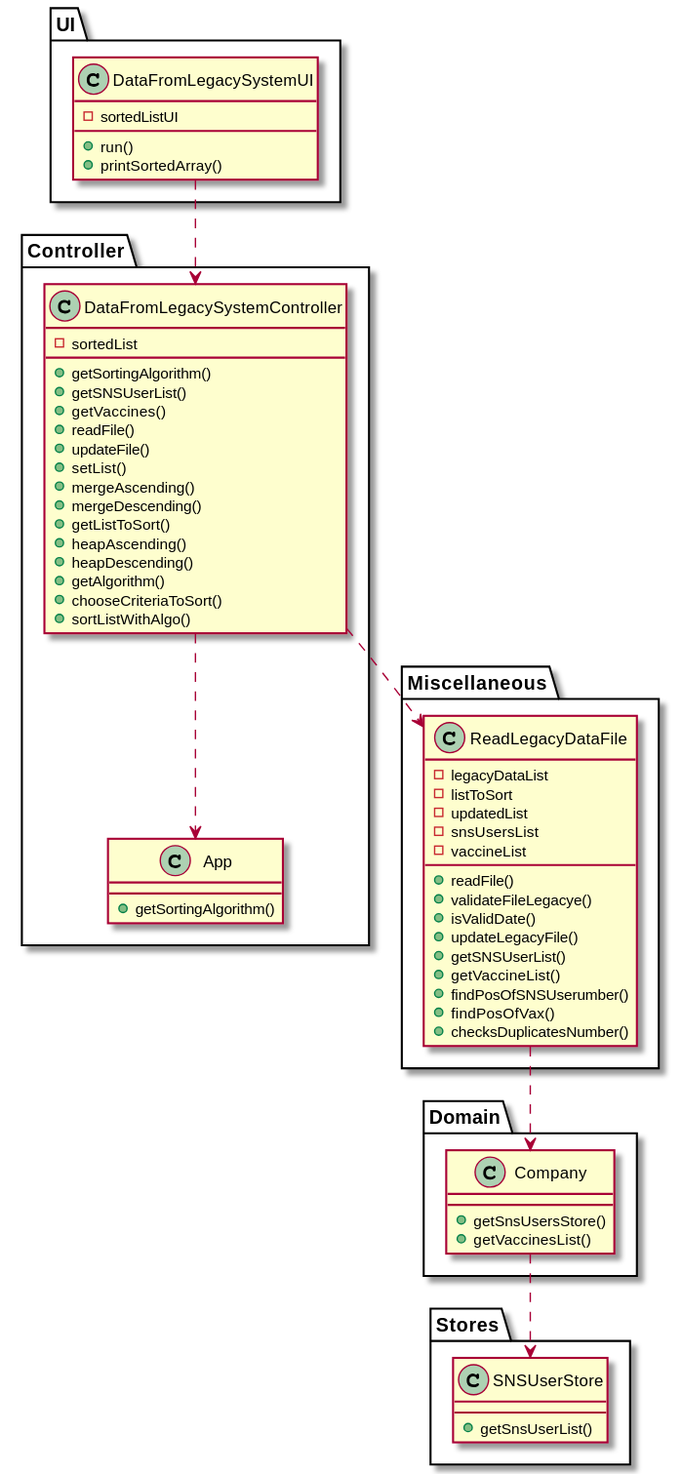
Pirussa/lei-22-s2-1da-g02 keeps this PlantUML diagram as docs/SprintD/US017/US017_CD.svg. Above is the earlier version. Its diagram source:
```plantuml
@startuml

package UI {
class DataFromLegacySystemUI{
-sortedListUI
+run()
+printSortedArray()
}
}

package Controller {
class App{
+getSortingAlgorithm()
}

class DataFromLegacySystemController{
+getSortingAlgorithm()
+getSNSUserList()
+getVaccines()
+readFile()
+updateFile()
+setList()
+mergeAscending()
+mergeDescending()
+getListToSort()
+heapAscending()
+heapDescending()
+getAlgorithm()
+chooseCriteriaToSort()
+sortListWithAlgo()
-sortedList
}
}

package Domain {
class Company{
+getSnsUsersStore()
+getVaccinesList()
}
}

package Stores {
class SNSUserStore{
+getSnsUserList()
}
}

package Miscellaneous{
class ReadLegacyDataFile{
+readFile()
+validateFileLegacye()
+isValidDate()
+updateLegacyFile()
+getSNSUserList()
+getVaccineList()
+findPosOfSNSUserumber()
+findPosOfVax()
+checksDuplicatesNumber()
-legacyDataList
-listToSort
-updatedList
-snsUsersList
-vaccineList
}
}

DataFromLegacySystemUI ..> DataFromLegacySystemController

DataFromLegacySystemController ..> App

DataFromLegacySystemController ..> ReadLegacyDataFile

ReadLegacyDataFile ..> Company

Company ..> SNSUserStore



@enduml
```
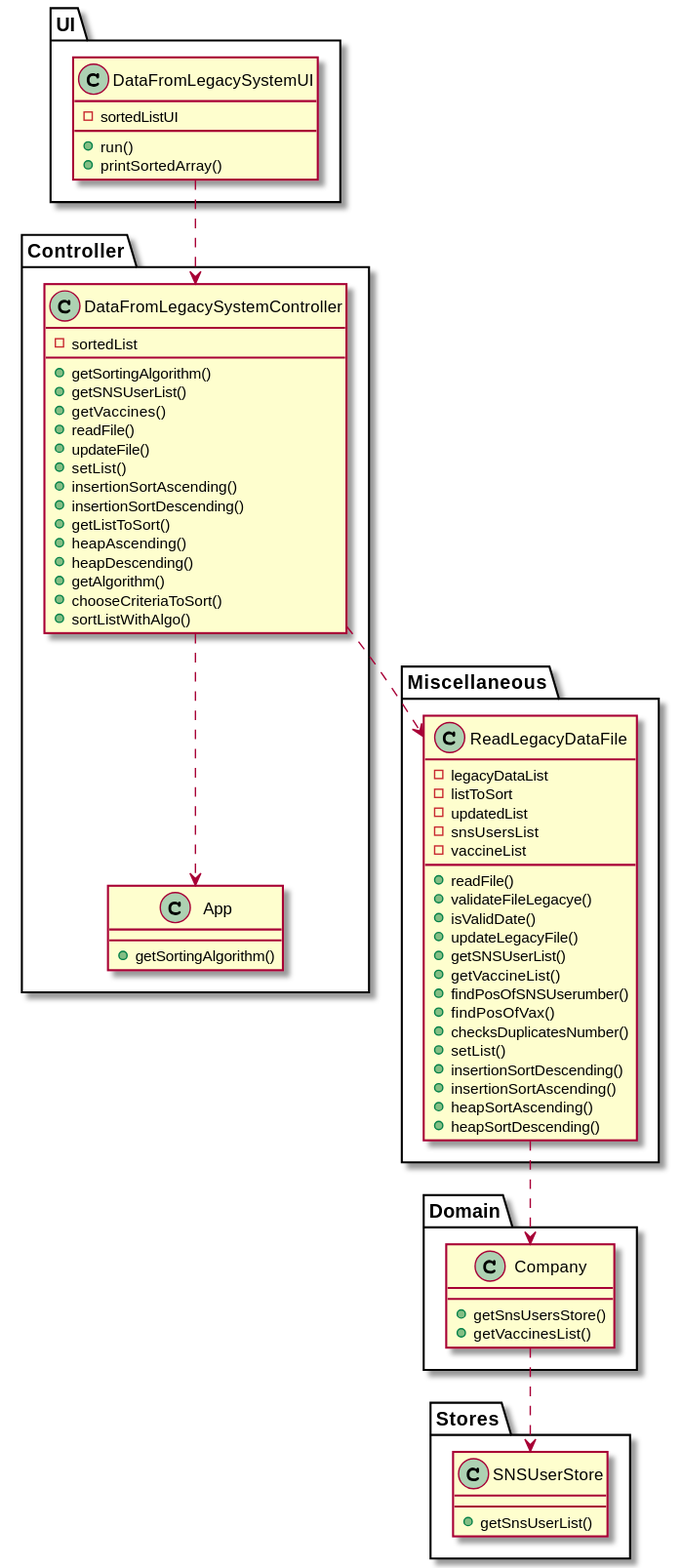
After the commit.

Commit message:
US017 - ESOFT - Updating diagrams to reflect recent changes

The edit, as a diff of the source:
```diff
@@ -20,8 +20,8 @@
 +readFile()
 +updateFile()
 +setList()
-+mergeAscending()
-+mergeDescending()
++insertionSortAscending()
++insertionSortDescending()
 +getListToSort()
 +heapAscending()
 +heapDescending()
@@ -56,6 +56,11 @@
 +findPosOfSNSUserumber()
 +findPosOfVax()
 +checksDuplicatesNumber()
++setList()
++insertionSortDescending()
++insertionSortAscending()
++heapSortAscending()
++heapSortDescending()
 -legacyDataList
 -listToSort
 -updatedList
```
